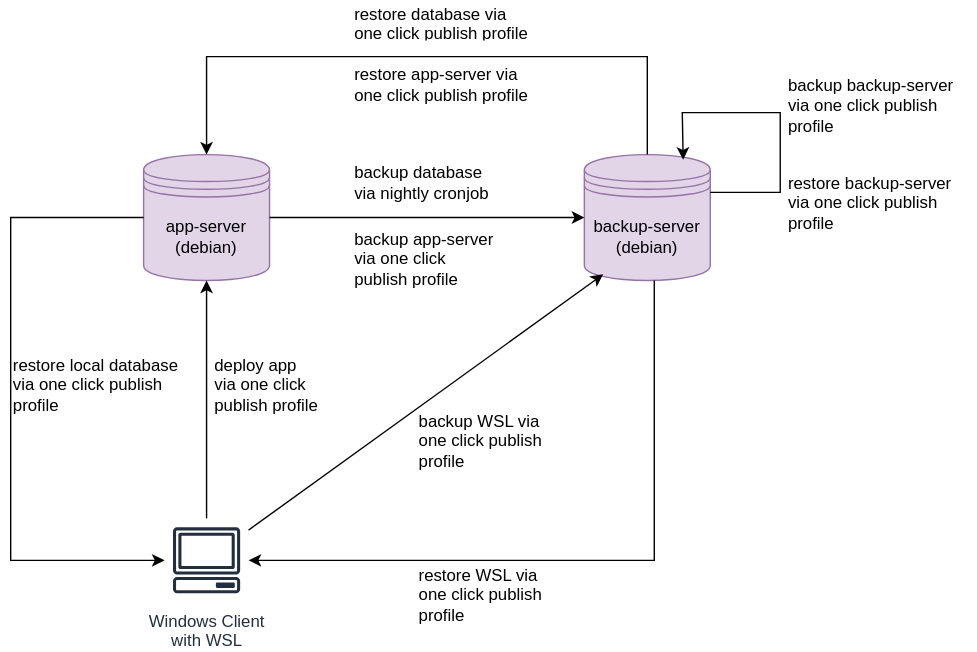
The draw.io diagram _images/architecture-server-setup.drawio.svg in gartenkralle/geolocation-services-doc, before a commit. Source tidied: cells renumbered, new cells last; positions are measured from the earlier drawing's top-left corner, leaving out a move shared by most shapes.
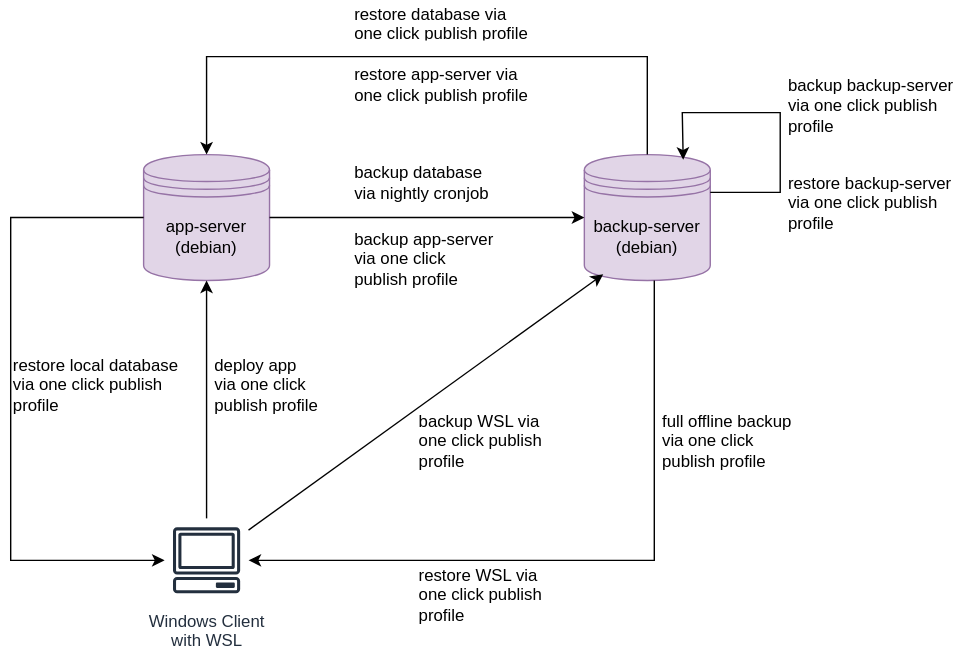
After the commit.

Diff of the diagram source:
```diff
@@ -84,5 +84,8 @@
     <mxCell id="21" value="restore backup-server&amp;nbsp;&lt;div&gt;&lt;span style=&quot;background-color: initial;&quot;&gt;via one click publish profile&lt;/span&gt;&lt;/div&gt;" style="text;strokeColor=none;fillColor=none;align=left;verticalAlign=middle;spacingLeft=4;spacingRight=4;overflow=hidden;whiteSpace=wrap;html=1;" parent="1" vertex="1">
       <mxGeometry x="550" y="120" width="140" height="50" as="geometry" />
     </mxCell>
+    <mxCell id="22" value="full offline backup via one click publish profile" style="text;strokeColor=none;fillColor=none;align=left;verticalAlign=middle;spacingLeft=4;spacingRight=4;overflow=hidden;whiteSpace=wrap;html=1;" parent="1" vertex="1">
+      <mxGeometry x="460" y="285" width="110" height="60" as="geometry" />
+    </mxCell>
   </root>
 </mxGraphModel>
```
